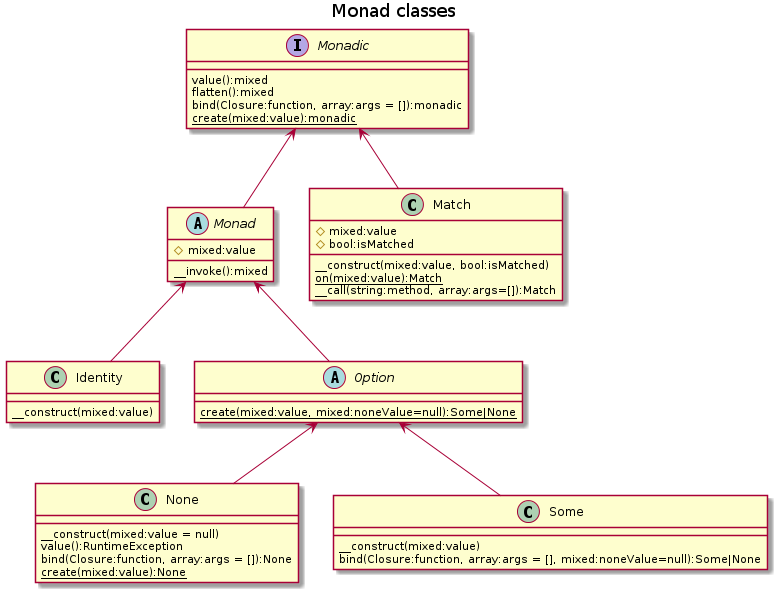
Above: docs/monad-classes.png in chippyash/Monad (PlantUML), before the change.
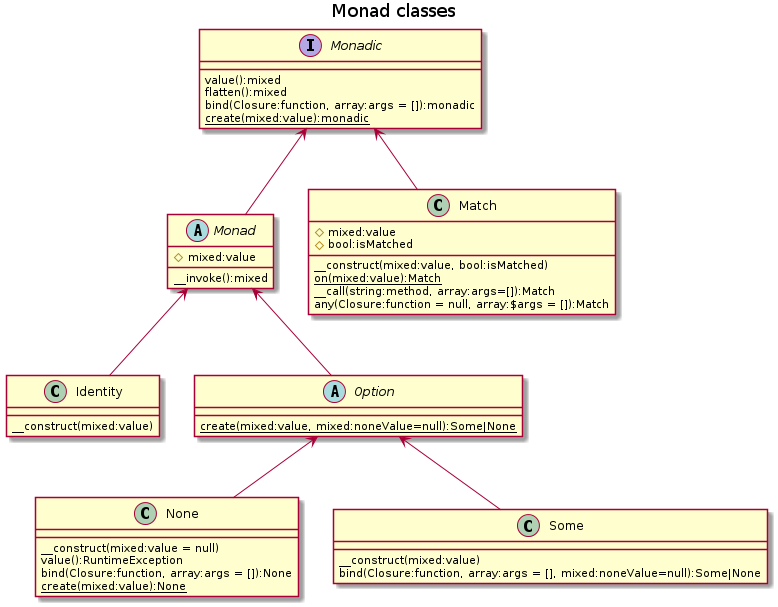
After the change.

What changed in the source:
```diff
@@ -39,6 +39,7 @@
     __construct(mixed:value, bool:isMatched)
     {static} on(mixed:value):Match
     __call(string:method, array:args=[]):Match
+    any(Closure:function = null, array:$args = []):Match
 }
 
 Monadic <-- Monad
```
